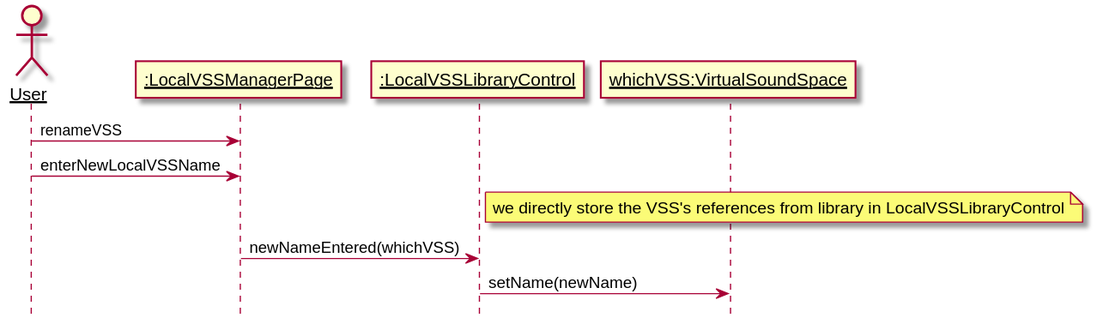
kpp19920121/doc keeps this PlantUML diagram as 需求定义和分析/RenameVSS.svg. Above is the earlier version.
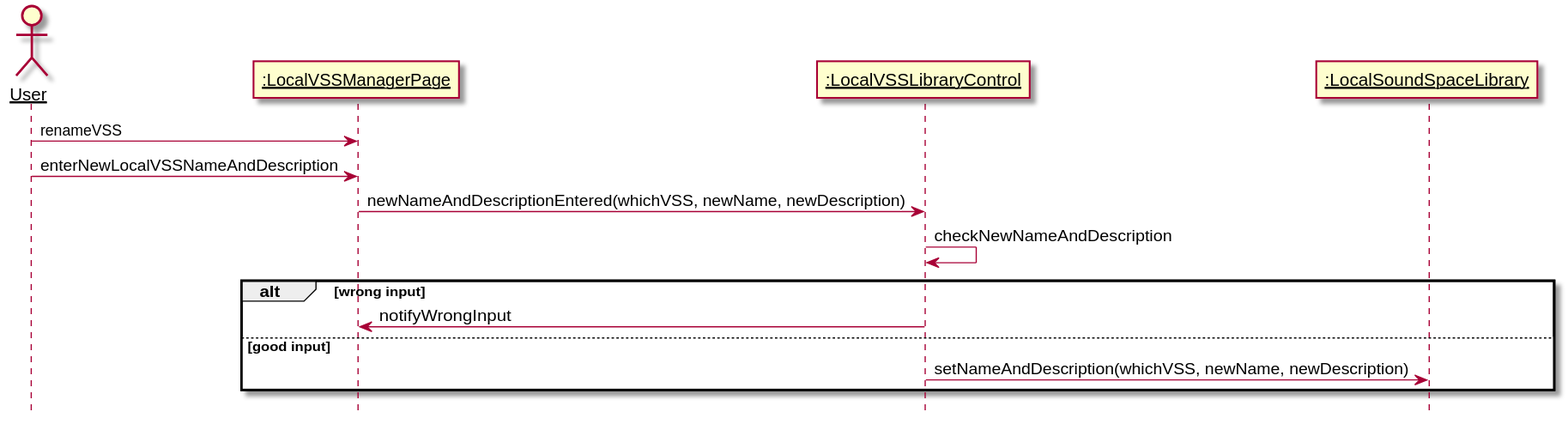
After the commit.

Change to the diagram source:
```diff
@@ -5,12 +5,16 @@
 actor User as user
 participant ":LocalVSSManagerPage" as page
 participant ":LocalVSSLibraryControl" as control
-participant "whichVSS:VirtualSoundSpace" as vss
+participant ":LocalSoundSpaceLibrary" as library
 
 user -> page: renameVSS
-user -> page: enterNewLocalVSSName
-note right of control: we directly store the VSS's references from library in LocalVSSLibraryControl
-page -> control: newNameEntered(whichVSS)
-control -> vss: setName(newName)
+user -> page: enterNewLocalVSSNameAndDescription
+page -> control: newNameAndDescriptionEntered(whichVSS, newName, newDescription)
+control -> control: checkNewNameAndDescription
+alt wrong input
+    control -> page: notifyWrongInput
+else good input
+    control -> library: setNameAndDescription(whichVSS, newName, newDescription)
+end
 
 @enduml
```
